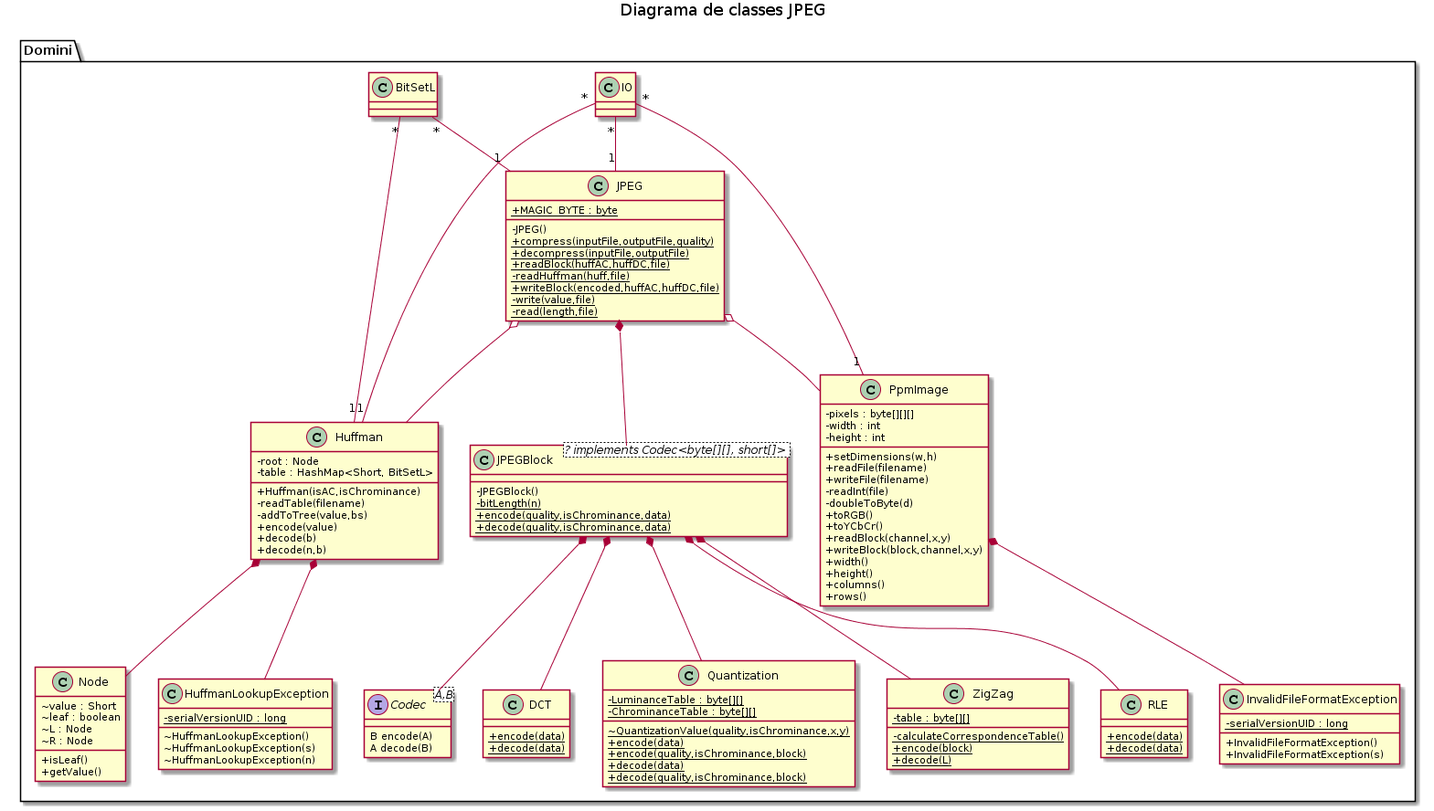
This is doc/UML/DiagramaClasses_JPEG.png from Leixb/UPC-PROP_Compressor, a PlantUML export, as it was before one commit.
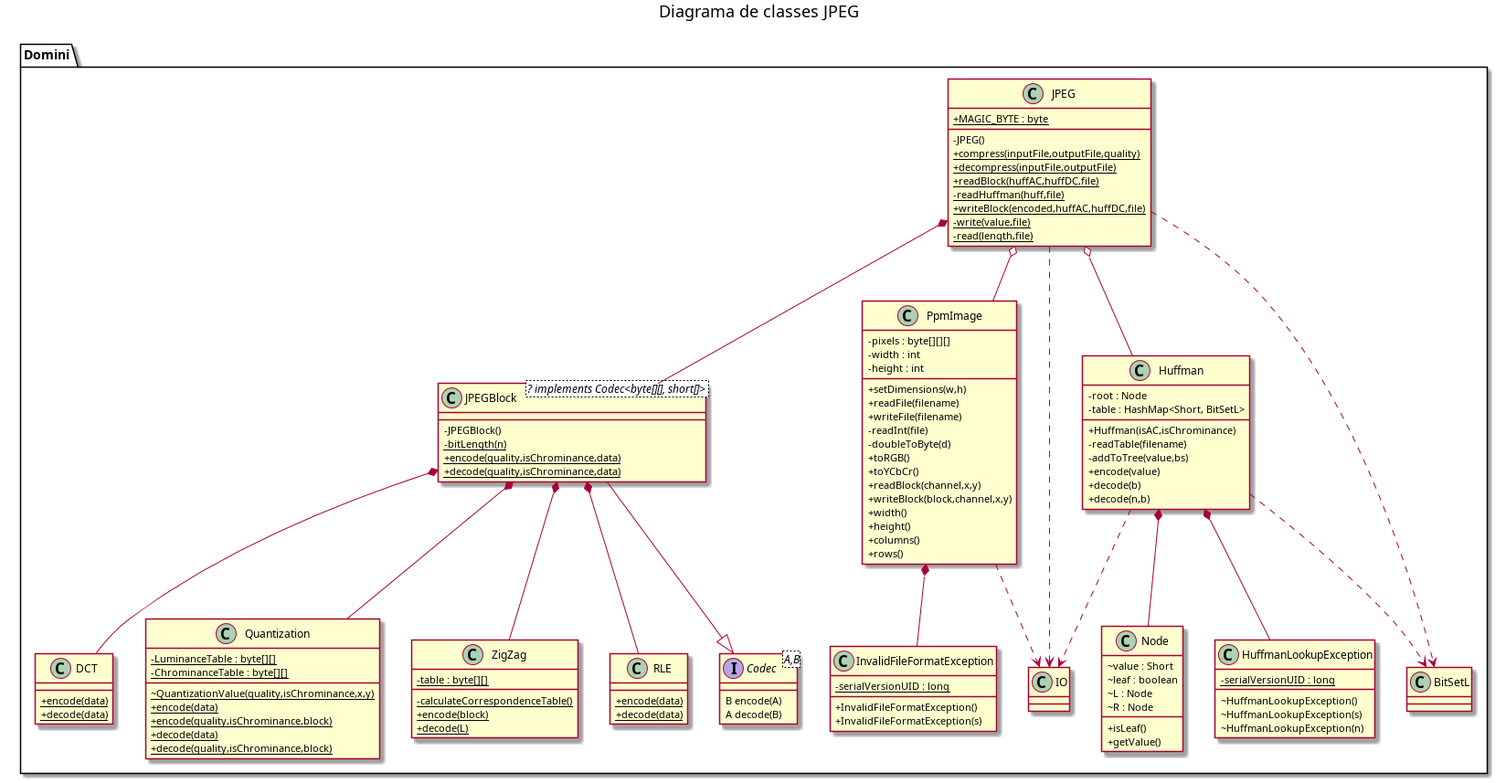
After the change.

Diff of the diagram source:
```diff
@@ -1,4 +1,5 @@
 @startuml
+
 skinparam classAttributeIconSize 0
 
 title Diagrama de classes JPEG
@@ -103,22 +104,23 @@
     JPEG o-- PpmImage
     JPEG o-- Huffman
 
-    IO "*" -- "1" JPEG
-    IO "*" -- "1" PpmImage
-    IO "*" -- "1" Huffman
+    JPEG ..> IO
+    PpmImage ..> IO
+    Huffman ..> IO
 
-    BitSetL "*" -- "1" JPEG
-    BitSetL "*" -- "1" Huffman
+    JPEG ..> BitSetL
+    Huffman ..> BitSetL
 
     JPEGBlock *-- DCT
     JPEGBlock *-- Quantization
     JPEGBlock *-- ZigZag
     JPEGBlock *-- RLE
-    JPEGBlock *-- Codec
+    JPEGBlock --|> Codec
 
     PpmImage *-- InvalidFileFormatException
     Huffman *-- Node
     Huffman *-- HuffmanLookupException
 
 }
+
 @enduml
```
